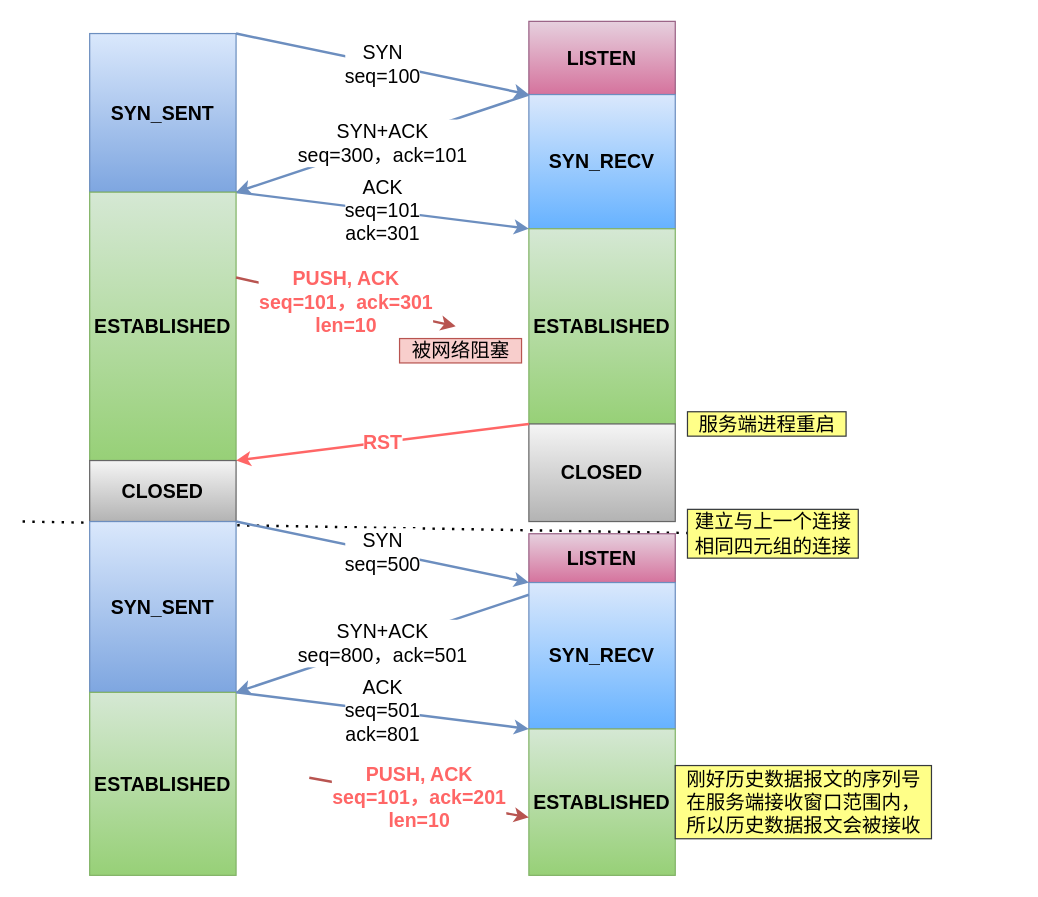
This is 网络/isn不相同.drawio from xiaolincoder/ImageHost4, a draw.io file, before an edit. Source tidied: cells renumbered, new cells numbered last; positions are measured from the earlier drawing's top-left corner, leaving out a move shared by most shapes. Both pictures are drawn from the tidied source at 122%, with x=0, y=0 at pixel (22, 21).
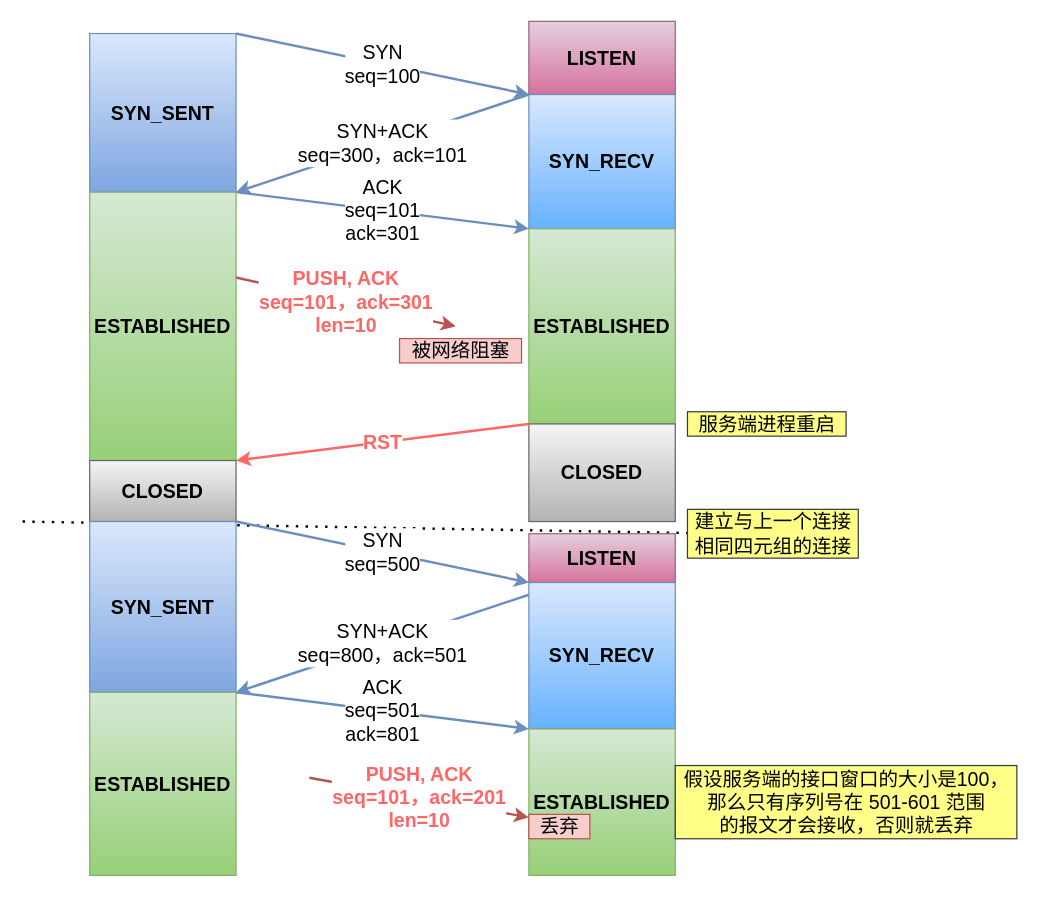
The same diagram, later.

What changed in the source:
```diff
@@
-    <mxCell id="24" value="刚好历史数据报文的序列号&lt;br&gt;在服务端接收窗口范围内，&lt;br&gt;所以历史数据报文会被接收" style="text;html=1;align=center;verticalAlign=middle;strokeColor=#36393d;fillColor=#ffff88;fontSize=16;fontFamily=Helvetica;" parent="1" vertex="1">
-      <mxGeometry x="535" y="610" width="210" height="60" as="geometry" />
+    <mxCell id="24" value="假设服务端的接口窗口的大小是100，&lt;br&gt;那么只有序列号在 501-601 范围&lt;br&gt;的报文才会接收，否则就丢弃" style="text;html=1;align=center;verticalAlign=middle;strokeColor=#36393d;fillColor=#ffff88;fontSize=16;fontFamily=Helvetica;" parent="1" vertex="1">
+      <mxGeometry x="535" y="610" width="280" height="60" as="geometry" />
     </mxCell>
@@
+    <mxCell id="28" value="丢弃" style="text;html=1;align=center;verticalAlign=middle;strokeColor=#b85450;fillColor=#f8cecc;fontSize=16;" parent="1" vertex="1">
+      <mxGeometry x="415" y="650" width="50" height="20" as="geometry" />
+    </mxCell>
```
